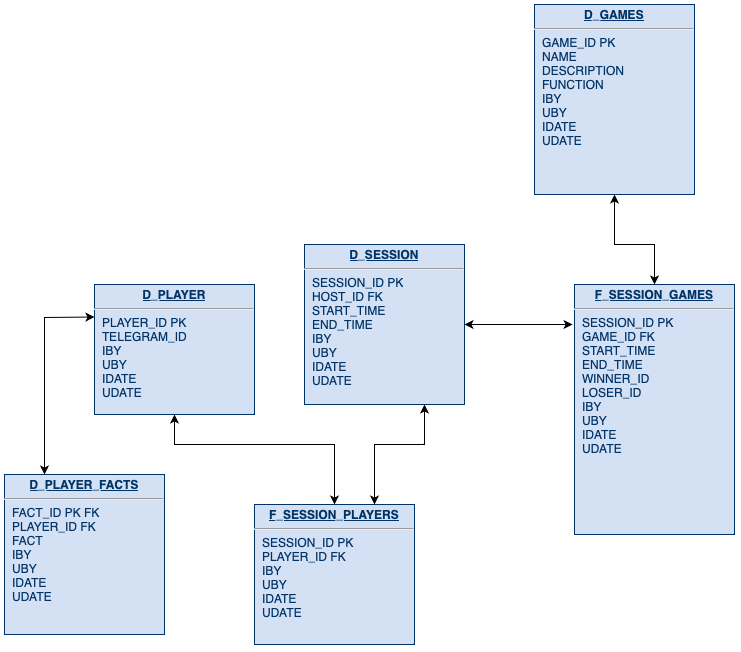
This is TgGameBotDataModel.png from paukkroa/TelegramGameMasterBot, a draw.io export, as it was before one commit. Source tidied: cells renumbered, new cells last; positions are measured from the earlier drawing's top-left corner, leaving out a move shared by most shapes.
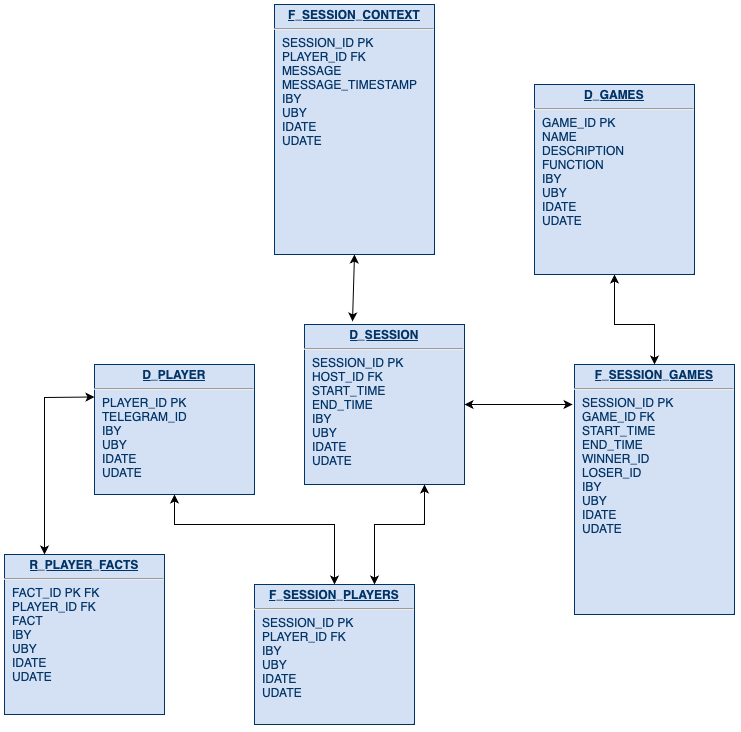
The same diagram one commit later.

Commit message:
TODO: Add F_SESSION_CONTEXT table

Diff of the diagram source:
```diff
@@ -5,7 +5,7 @@
     <mxCell id="2" value="&lt;p style=&quot;margin: 0px; margin-top: 4px; text-align: center; text-decoration: underline;&quot;&gt;&lt;b&gt;D_PLAYER&lt;/b&gt;&lt;/p&gt;&lt;hr&gt;&lt;p style=&quot;margin: 0px; margin-left: 8px;&quot;&gt;PLAYER_ID &lt;span style=&quot;white-space: pre;&quot;&gt;&lt;span style=&quot;white-space: pre;&quot;&gt;&lt;span style=&quot;white-space: pre;&quot;&gt;PK&lt;/span&gt;&lt;/span&gt;&lt;/span&gt;&lt;/p&gt;&lt;p style=&quot;margin: 0px; margin-left: 8px;&quot;&gt;TELEGRAM_ID&lt;/p&gt;&lt;p style=&quot;font-size: 12.000001px; margin: 0px 0px 0px 8px;&quot;&gt;IBY&lt;/p&gt;&lt;p style=&quot;font-size: 12.000001px; margin: 0px 0px 0px 8px;&quot;&gt;UBY&lt;/p&gt;&lt;p style=&quot;margin: 0px; margin-left: 8px;&quot;&gt;IDATE&lt;/p&gt;&lt;p style=&quot;margin: 0px; margin-left: 8px;&quot;&gt;UDATE&lt;/p&gt;" style="verticalAlign=top;align=left;overflow=fill;fontSize=12;fontFamily=Helvetica;html=1;strokeColor=#003366;shadow=1;fillColor=#D4E1F5;fontColor=#003366;" parent="1" vertex="1">
       <mxGeometry x="90" y="280" width="160" height="130" as="geometry" />
     </mxCell>
-    <mxCell id="3" value="&lt;p style=&quot;margin: 0px; margin-top: 4px; text-align: center; text-decoration: underline;&quot;&gt;&lt;b&gt;D_PLAYER_FACTS&lt;/b&gt;&lt;/p&gt;&lt;hr&gt;&lt;p style=&quot;margin: 0px; margin-left: 8px;&quot;&gt;FACT_ID PK FK&lt;/p&gt;&lt;p style=&quot;margin: 0px; margin-left: 8px;&quot;&gt;PLAYER_ID FK&lt;/p&gt;&lt;p style=&quot;margin: 0px; margin-left: 8px;&quot;&gt;FACT&lt;/p&gt;&lt;p style=&quot;font-size: 12.000001px; margin: 0px 0px 0px 8px;&quot;&gt;IBY&lt;/p&gt;&lt;p style=&quot;font-size: 12.000001px; margin: 0px 0px 0px 8px;&quot;&gt;UBY&lt;/p&gt;&lt;p style=&quot;margin: 0px; margin-left: 8px;&quot;&gt;IDATE&lt;/p&gt;&lt;p style=&quot;margin: 0px; margin-left: 8px;&quot;&gt;UDATE&lt;/p&gt;" style="verticalAlign=top;align=left;overflow=fill;fontSize=12;fontFamily=Helvetica;html=1;strokeColor=#003366;shadow=1;fillColor=#D4E1F5;fontColor=#003366;" parent="1" vertex="1">
+    <mxCell id="3" value="&lt;p style=&quot;margin: 0px; margin-top: 4px; text-align: center; text-decoration: underline;&quot;&gt;&lt;b&gt;R_PLAYER_FACTS&lt;/b&gt;&lt;/p&gt;&lt;hr&gt;&lt;p style=&quot;margin: 0px; margin-left: 8px;&quot;&gt;FACT_ID PK FK&lt;/p&gt;&lt;p style=&quot;margin: 0px; margin-left: 8px;&quot;&gt;PLAYER_ID FK&lt;/p&gt;&lt;p style=&quot;margin: 0px; margin-left: 8px;&quot;&gt;FACT&lt;/p&gt;&lt;p style=&quot;font-size: 12.000001px; margin: 0px 0px 0px 8px;&quot;&gt;IBY&lt;/p&gt;&lt;p style=&quot;font-size: 12.000001px; margin: 0px 0px 0px 8px;&quot;&gt;UBY&lt;/p&gt;&lt;p style=&quot;margin: 0px; margin-left: 8px;&quot;&gt;IDATE&lt;/p&gt;&lt;p style=&quot;margin: 0px; margin-left: 8px;&quot;&gt;UDATE&lt;/p&gt;" style="verticalAlign=top;align=left;overflow=fill;fontSize=12;fontFamily=Helvetica;html=1;strokeColor=#003366;shadow=1;fillColor=#D4E1F5;fontColor=#003366;" parent="1" vertex="1">
       <mxGeometry y="470" width="160" height="160" as="geometry" />
     </mxCell>
     <mxCell id="4" value="&lt;p style=&quot;margin: 0px; margin-top: 4px; text-align: center; text-decoration: underline;&quot;&gt;&lt;b&gt;D_SESSION&lt;/b&gt;&lt;/p&gt;&lt;hr&gt;&lt;p style=&quot;margin: 0px; margin-left: 8px;&quot;&gt;SESSION_ID&amp;nbsp;&lt;span style=&quot;white-space: pre;&quot;&gt;&lt;span style=&quot;white-space: pre;&quot;&gt;&lt;span style=&quot;white-space: pre;&quot;&gt;PK&lt;/span&gt;&lt;/span&gt;&lt;/span&gt;&lt;/p&gt;&lt;p style=&quot;margin: 0px; margin-left: 8px;&quot;&gt;HOST_ID FK&lt;/p&gt;&lt;p style=&quot;margin: 0px; margin-left: 8px;&quot;&gt;START_TIME&lt;/p&gt;&lt;p style=&quot;margin: 0px; margin-left: 8px;&quot;&gt;END_TIME&lt;/p&gt;&lt;p style=&quot;font-size: 12.000001px; margin: 0px 0px 0px 8px;&quot;&gt;IBY&lt;/p&gt;&lt;p style=&quot;font-size: 12.000001px; margin: 0px 0px 0px 8px;&quot;&gt;UBY&lt;/p&gt;&lt;p style=&quot;margin: 0px; margin-left: 8px;&quot;&gt;IDATE&lt;/p&gt;&lt;p style=&quot;margin: 0px; margin-left: 8px;&quot;&gt;UDATE&lt;/p&gt;" style="verticalAlign=top;align=left;overflow=fill;fontSize=12;fontFamily=Helvetica;html=1;strokeColor=#003366;shadow=1;fillColor=#D4E1F5;fontColor=#003366;" parent="1" vertex="1">
@@ -59,5 +59,11 @@
         </Array>
       </mxGeometry>
     </mxCell>
+    <mxCell id="14" value="&lt;p style=&quot;margin: 0px; margin-top: 4px; text-align: center; text-decoration: underline;&quot;&gt;&lt;b&gt;F_SESSION_CONTEXT&lt;/b&gt;&lt;/p&gt;&lt;hr&gt;&lt;p style=&quot;margin: 0px; margin-left: 8px;&quot;&gt;SESSION_ID&amp;nbsp;&lt;span style=&quot;white-space: pre;&quot;&gt;&lt;span style=&quot;white-space: pre;&quot;&gt;&lt;span style=&quot;white-space: pre;&quot;&gt;PK&lt;/span&gt;&lt;/span&gt;&lt;/span&gt;&lt;/p&gt;&lt;p style=&quot;margin: 0px; margin-left: 8px;&quot;&gt;PLAYER_ID FK&lt;/p&gt;&lt;p style=&quot;margin: 0px; margin-left: 8px;&quot;&gt;MESSAGE&lt;/p&gt;&lt;p style=&quot;margin: 0px; margin-left: 8px;&quot;&gt;MESSAGE_TIMESTAMP&lt;/p&gt;&lt;p style=&quot;font-size: 12.000001px; margin: 0px 0px 0px 8px;&quot;&gt;IBY&lt;/p&gt;&lt;p style=&quot;font-size: 12.000001px; margin: 0px 0px 0px 8px;&quot;&gt;UBY&lt;/p&gt;&lt;p style=&quot;margin: 0px; margin-left: 8px;&quot;&gt;IDATE&lt;/p&gt;&lt;p style=&quot;margin: 0px; margin-left: 8px;&quot;&gt;UDATE&lt;/p&gt;" style="verticalAlign=top;align=left;overflow=fill;fontSize=12;fontFamily=Helvetica;html=1;strokeColor=#003366;shadow=1;fillColor=#D4E1F5;fontColor=#003366;" parent="1" vertex="1">
+      <mxGeometry x="270" y="-80" width="160" height="250" as="geometry" />
+    </mxCell>
+    <mxCell id="15" style="endArrow=classic;startArrow=classic;html=1;rounded=0;entryX=0.5;entryY=1;entryDx=0;entryDy=0;exitX=0.3;exitY=-0.019;exitDx=0;exitDy=0;exitPerimeter=0;" parent="1" edge="1" source="4" target="14">
+      <mxGeometry relative="1" as="geometry" />
+    </mxCell>
   </root>
 </mxGraphModel>
```
